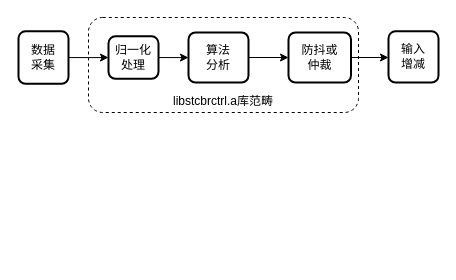
fengming1201/draw.io keeps this draw.io diagram as 未命名绘图.drawio. Above is the earlier version. Source tidied: cells renumbered, new cells numbered last; positions are measured from the earlier drawing's top-left corner, leaving out a move shared by most shapes. Both pictures are drawn from the tidied source at 100%, with x=0, y=0 at pixel (18, 17).
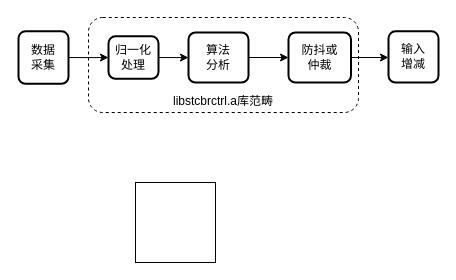
Above is the later version.

Commit message:
更新未命名绘图.drawio

Diff of the diagram source:
```diff
@@
 <mxGraphModel>
   <root>
     <mxCell id="0" />
     <mxCell id="1" parent="0" />
     <mxCell id="2" value="&lt;div&gt;&lt;br&gt;&lt;/div&gt;&lt;div&gt;&lt;br&gt;&lt;/div&gt;&lt;div&gt;&lt;br&gt;&lt;/div&gt;&lt;div&gt;&lt;br&gt;&lt;/div&gt;&lt;div&gt;&lt;br&gt;&lt;/div&gt;&lt;div&gt;libstcbrctrl.a库范畴&lt;/div&gt;" style="rounded=1;whiteSpace=wrap;html=1;dashed=1;" parent="1" vertex="1">
       <mxGeometry x="70" width="270" height="95" as="geometry" />
     </mxCell>
     <mxCell id="3" style="edgeStyle=orthogonalEdgeStyle;rounded=0;jettySize=auto;html=1;exitX=1;exitY=0.5;exitDx=0;exitDy=0;entryX=0;entryY=0.5;entryDx=0;entryDy=0;" parent="1" edge="1" source="4" target="11">
       <mxGeometry relative="1" as="geometry" />
     </mxCell>
     <mxCell id="4" value="数据&lt;div&gt;采集&lt;/div&gt;" style="rounded=1;whiteSpace=wrap;html=1;absoluteArcSize=1;arcSize=14;strokeWidth=2;" parent="1" vertex="1">
       <mxGeometry y="13.8" width="50" height="52.5" as="geometry" />
     </mxCell>
     <mxCell id="5" style="edgeStyle=orthogonalEdgeStyle;rounded=0;jettySize=auto;html=1;" parent="1" edge="1" source="6" target="8">
       <mxGeometry relative="1" as="geometry" />
     </mxCell>
     <mxCell id="6" value="算法&lt;div&gt;分析&lt;/div&gt;" style="rounded=1;whiteSpace=wrap;html=1;absoluteArcSize=1;arcSize=14;strokeWidth=2;" parent="1" vertex="1">
       <mxGeometry x="170" y="15" width="60" height="50" as="geometry" />
     </mxCell>
     <mxCell id="7" style="edgeStyle=orthogonalEdgeStyle;rounded=0;jettySize=auto;html=1;exitX=1;exitY=0.5;exitDx=0;exitDy=0;entryX=0;entryY=0.5;entryDx=0;entryDy=0;" parent="1" edge="1" source="8" target="9">
       <mxGeometry relative="1" as="geometry" />
     </mxCell>
     <mxCell id="8" value="防抖或&lt;div&gt;仲裁&lt;/div&gt;" style="rounded=1;whiteSpace=wrap;html=1;absoluteArcSize=1;arcSize=14;strokeWidth=2;" parent="1" vertex="1">
       <mxGeometry x="270" y="15" width="62.5" height="50" as="geometry" />
     </mxCell>
     <mxCell id="9" value="输入&lt;div&gt;增减&lt;/div&gt;" style="rounded=1;whiteSpace=wrap;html=1;absoluteArcSize=1;arcSize=14;strokeWidth=2;" parent="1" vertex="1">
       <mxGeometry x="370" y="13.8" width="50" height="51.2" as="geometry" />
     </mxCell>
     <mxCell id="10" style="edgeStyle=orthogonalEdgeStyle;rounded=0;jettySize=auto;html=1;exitX=1;exitY=0.5;exitDx=0;exitDy=0;entryX=0;entryY=0.5;entryDx=0;entryDy=0;" parent="1" edge="1" source="11" target="6">
       <mxGeometry relative="1" as="geometry" />
     </mxCell>
     <mxCell id="11" value="归一化&lt;br&gt;处理" style="rounded=1;whiteSpace=wrap;html=1;absoluteArcSize=1;arcSize=14;strokeWidth=2;" parent="1" vertex="1">
       <mxGeometry x="90" y="18.8" width="50" height="42.5" as="geometry" />
     </mxCell>
+    <mxCell id="12" style="whiteSpace=wrap;html=1;" parent="1" vertex="1">
+      <mxGeometry x="117" y="165" width="80" height="80" as="geometry" />
+    </mxCell>
   </root>
 </mxGraphModel>
```
